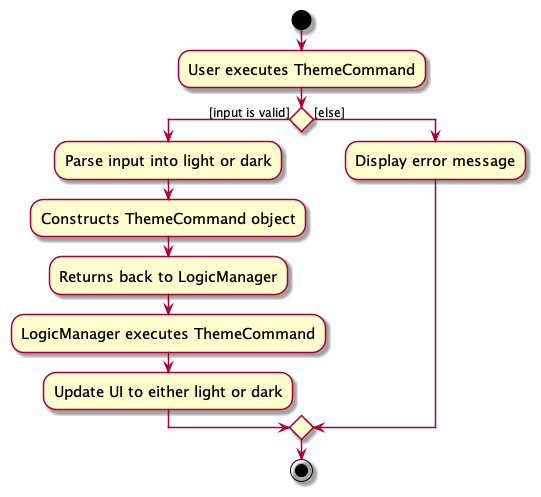
This is docs/images/ThemeActivityDiagram.png from tanteckfang/tp, a PlantUML export, as it was before one commit.
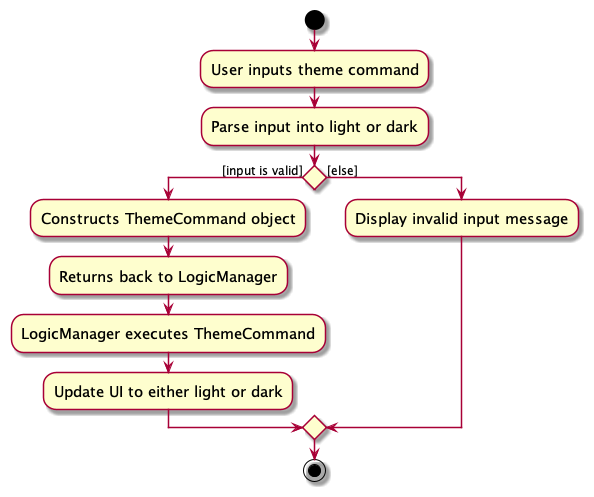
Above is the later version.

Change to the diagram source:
```diff
@@ -3,17 +3,17 @@
 skinparam ActivityFontSize 15
 skinparam ArrowFontSize 12
 start
-:User executes ThemeCommand;
+:User inputs theme command;
+:Parse input into light or dark;
 
 
 if () then ([input is valid])
-    :Parse input into light or dark;
     :Constructs ThemeCommand object;
     :Returns back to LogicManager;
     :LogicManager executes ThemeCommand;
     :Update UI to either light or dark;
 else ([else])
-:Display error message;
+:Display invalid input message;
 
 endif
 stop
```
